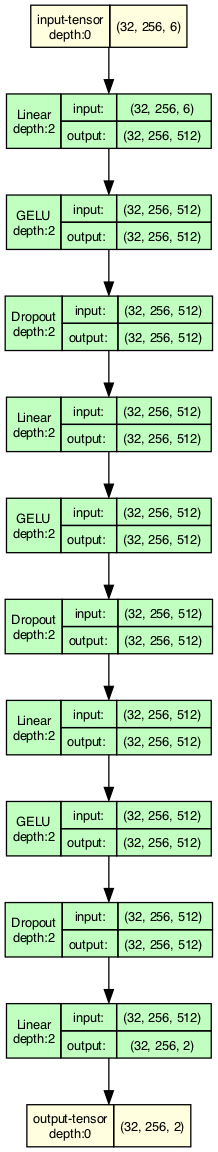
The Graphviz diagram figures/model.gv.png in MiniXC/masked-prosody-modeling-evaluation, before a commit. Its source is kept beside it as figures/model.gv.
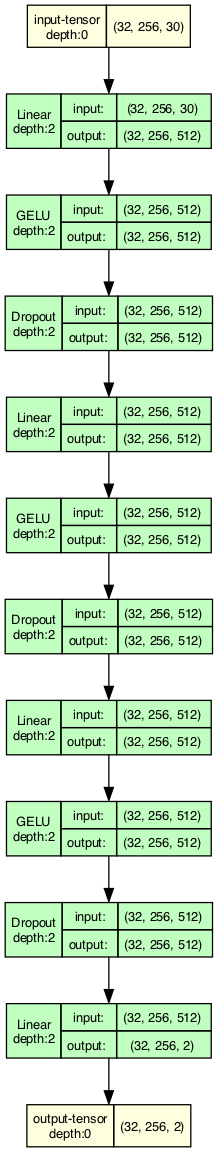
After the commit.

Commit message:
update requirements, fix figure generation

Diff of the diagram source:
```diff
@@ -5,7 +5,7 @@
 	0 [label=<
                     <TABLE BORDER="0" CELLBORDER="1"
                     CELLSPACING="0" CELLPADDING="4">
-                        <TR><TD>input-tensor<BR/>depth:0</TD><TD>(32, 256, 6)</TD></TR>
+                        <TR><TD>input-tensor<BR/>depth:0</TD><TD>(32, 256, 30)</TD></TR>
                     </TABLE>> fillcolor=lightyellow]
 	1 [label=<
                     <TABLE BORDER="0" CELLBORDER="1"
@@ -13,7 +13,7 @@
                     <TR>
                         <TD ROWSPAN="2">Linear<BR/>depth:2</TD>
                         <TD COLSPAN="2">input:</TD>
-                        <TD COLSPAN="2">(32, 256, 6) </TD>
+                        <TD COLSPAN="2">(32, 256, 30) </TD>
                     </TR>
                     <TR>
                         <TD COLSPAN="2">output: </TD>
```
